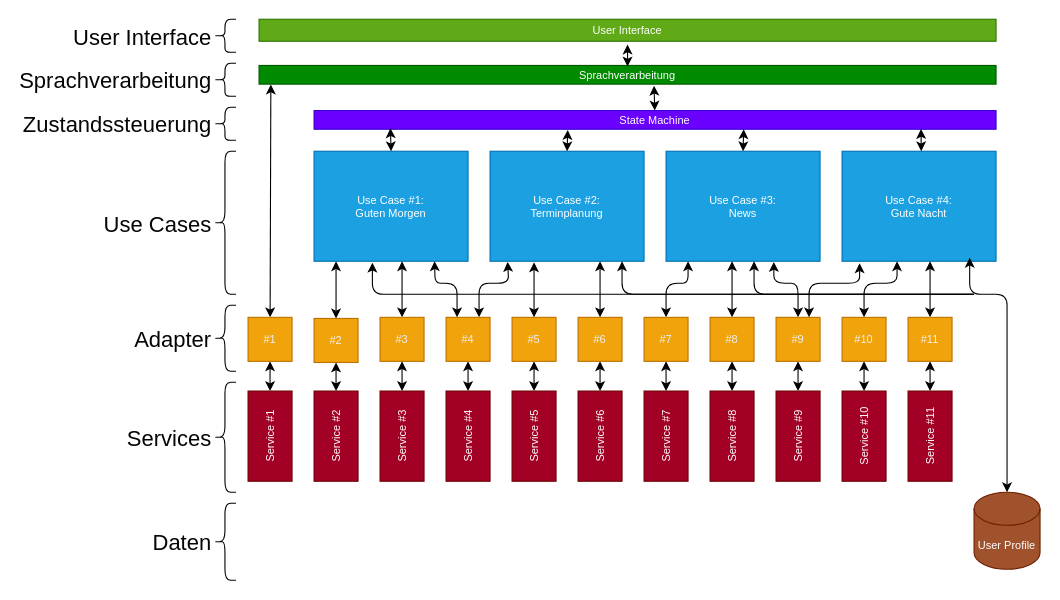
This is docs/architecture_overview.drawio from ASWE-PDA/Personal-Digital-Agent, a draw.io file, before an edit. Source tidied: cells renumbered, new cells numbered last; positions are measured from the earlier drawing's top-left corner, leaving out a move shared by most shapes. Both pictures are drawn from the tidied source at 110%, with x=0, y=0 at pixel (213, 19).
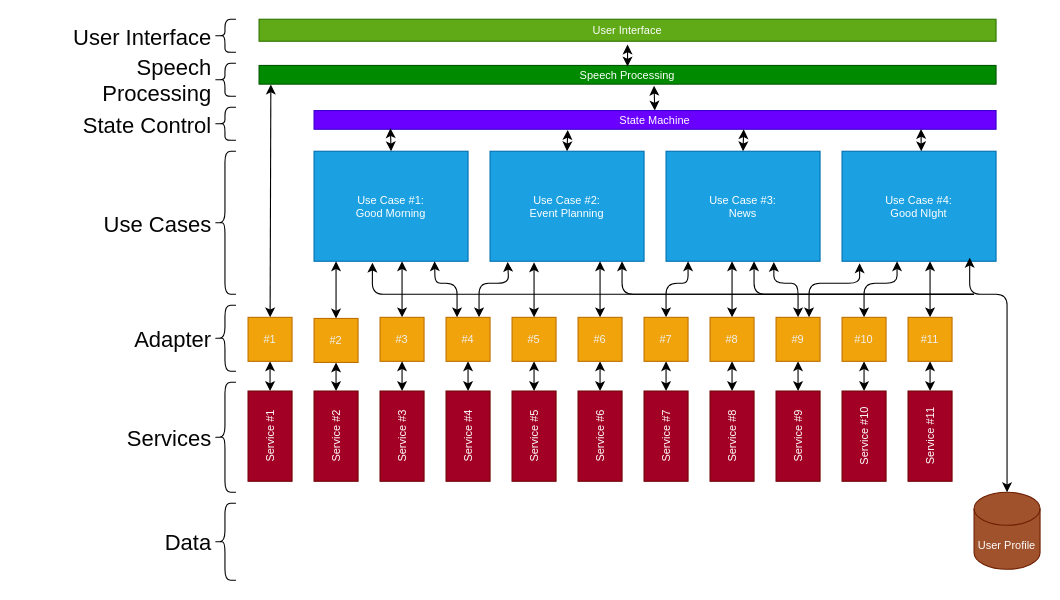
Above is the later version.

Commit message:
translate architecture diagram

Diff of the diagram source:
```diff
@@
-    <mxCell id="4" value="Sprachverarbeitung" style="rounded=0;whiteSpace=wrap;html=1;fillColor=#008a00;fontColor=#ffffff;strokeColor=#005700;fontSize=10;" parent="1" vertex="1">
+    <mxCell id="4" value="Speech Processing" style="rounded=0;whiteSpace=wrap;html=1;fillColor=#008a00;fontColor=#ffffff;strokeColor=#005700;fontSize=10;" parent="1" vertex="1">
       <mxGeometry x="41" y="42" width="670" height="17" as="geometry" />
     </mxCell>
@@
-    <mxCell id="6" value="Use Case #1:&lt;br style=&quot;font-size: 10px;&quot;&gt;Guten Morgen" style="rounded=0;whiteSpace=wrap;html=1;fillColor=#1ba1e2;fontColor=#ffffff;strokeColor=#006EAF;fontSize=10;" parent="1" vertex="1">
+    <mxCell id="6" value="Use Case #1:&lt;br style=&quot;font-size: 10px;&quot;&gt;Good Morning" style="rounded=0;whiteSpace=wrap;html=1;fillColor=#1ba1e2;fontColor=#ffffff;strokeColor=#006EAF;fontSize=10;" parent="1" vertex="1">
       <mxGeometry x="91" y="120" width="140" height="100" as="geometry" />
     </mxCell>
@@
-    <mxCell id="8" value="Use Case #2:&lt;br style=&quot;font-size: 10px;&quot;&gt;Terminplanung" style="rounded=0;whiteSpace=wrap;html=1;fillColor=#1ba1e2;fontColor=#ffffff;strokeColor=#006EAF;fontSize=10;" parent="1" vertex="1">
+    <mxCell id="8" value="Use Case #2:&lt;br style=&quot;font-size: 10px;&quot;&gt;Event Planning" style="rounded=0;whiteSpace=wrap;html=1;fillColor=#1ba1e2;fontColor=#ffffff;strokeColor=#006EAF;fontSize=10;" parent="1" vertex="1">
       <mxGeometry x="251" y="120" width="140" height="100" as="geometry" />
     </mxCell>
@@
-    <mxCell id="11" value="Use Case #4:&lt;br style=&quot;font-size: 10px;&quot;&gt;Gute Nacht" style="rounded=0;whiteSpace=wrap;html=1;fillColor=#1ba1e2;fontColor=#ffffff;strokeColor=#006EAF;fontSize=10;" parent="1" vertex="1">
+    <mxCell id="11" value="Use Case #4:&lt;br style=&quot;font-size: 10px;&quot;&gt;Good NIght" style="rounded=0;whiteSpace=wrap;html=1;fillColor=#1ba1e2;fontColor=#ffffff;strokeColor=#006EAF;fontSize=10;" parent="1" vertex="1">
       <mxGeometry x="571" y="120" width="140" height="100" as="geometry" />
     </mxCell>
@@
-    <mxCell id="69" value="Zustandssteuerung" style="shape=curlyBracket;whiteSpace=wrap;rounded=1;labelPosition=left;verticalLabelPosition=middle;align=right;verticalAlign=middle;labelBackgroundColor=none;fontSize=20;fontColor=#050505;" parent="1" vertex="1">
+    <mxCell id="69" value="State Control" style="shape=curlyBracket;rounded=1;labelPosition=left;verticalLabelPosition=middle;align=right;verticalAlign=middle;labelBackgroundColor=none;fontSize=20;fontColor=#050505;" parent="1" vertex="1">
       <mxGeometry y="80" width="20" height="30" as="geometry" />
     </mxCell>
-    <mxCell id="70" value="Sprachverarbeitung" style="shape=curlyBracket;whiteSpace=wrap;rounded=1;labelPosition=left;verticalLabelPosition=middle;align=right;verticalAlign=middle;labelBackgroundColor=none;fontSize=20;fontColor=#050505;" parent="1" vertex="1">
+    <mxCell id="70" value="Speech Processing" style="shape=curlyBracket;whiteSpace=wrap;rounded=1;labelPosition=left;verticalLabelPosition=middle;align=right;verticalAlign=middle;labelBackgroundColor=none;fontSize=20;fontColor=#050505;" parent="1" vertex="1">
       <mxGeometry y="40" width="20" height="30" as="geometry" />
     </mxCell>
@@
-    <mxCell id="72" value="Daten" style="shape=curlyBracket;whiteSpace=wrap;rounded=1;labelPosition=left;verticalLabelPosition=middle;align=right;verticalAlign=middle;labelBackgroundColor=none;fontSize=20;fontColor=#050505;" parent="1" vertex="1">
+    <mxCell id="72" value="Data" style="shape=curlyBracket;whiteSpace=wrap;rounded=1;labelPosition=left;verticalLabelPosition=middle;align=right;verticalAlign=middle;labelBackgroundColor=none;fontSize=20;fontColor=#050505;" parent="1" vertex="1">
       <mxGeometry y="440" width="20" height="70" as="geometry" />
     </mxCell>
```
